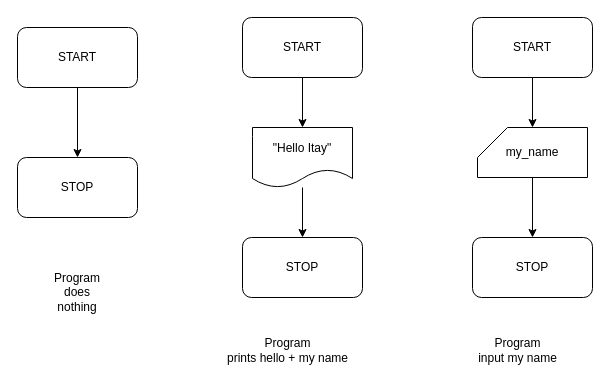
Above: diag1.drawio in fullstack270923/08.11.2023 (draw.io), before the change. Source tidied: cells renumbered, new cells numbered last; positions are measured from the earlier drawing's top-left corner, leaving out a move shared by most shapes. Both pictures are drawn from the tidied source at 100%, with x=0, y=0 at pixel (17, 17).
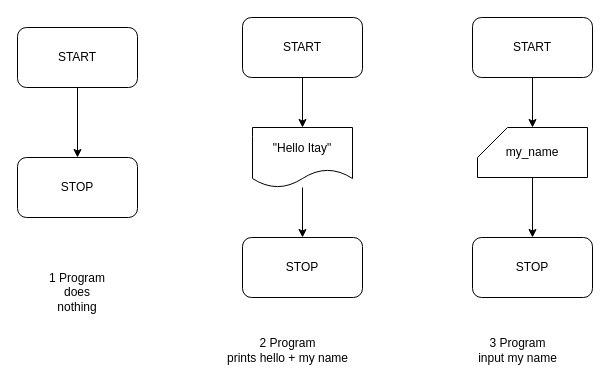
Above is the later version.

The edit, as a diff of the source:
```diff
@@
 <mxGraphModel>
   <root>
     <mxCell id="0" />
     <mxCell id="1" parent="0" />
     <mxCell id="2" style="edgeStyle=orthogonalEdgeStyle;rounded=0;jettySize=auto;html=1;" parent="1" edge="1" source="3" target="4">
       <mxGeometry relative="1" as="geometry" />
     </mxCell>
     <mxCell id="3" value="START" style="rounded=1;whiteSpace=wrap;html=1;" parent="1" vertex="1">
       <mxGeometry y="10" width="120" height="60" as="geometry" />
     </mxCell>
     <mxCell id="4" value="STOP" style="rounded=1;whiteSpace=wrap;html=1;" parent="1" vertex="1">
       <mxGeometry y="140" width="120" height="60" as="geometry" />
     </mxCell>
     <mxCell id="5" style="edgeStyle=orthogonalEdgeStyle;rounded=0;jettySize=auto;html=1;" parent="1" edge="1" source="6" target="9">
       <mxGeometry relative="1" as="geometry" />
     </mxCell>
     <mxCell id="6" value="START" style="rounded=1;whiteSpace=wrap;html=1;" parent="1" vertex="1">
       <mxGeometry x="225" width="120" height="60" as="geometry" />
     </mxCell>
     <mxCell id="7" value="STOP" style="rounded=1;whiteSpace=wrap;html=1;" parent="1" vertex="1">
       <mxGeometry x="225" y="220" width="120" height="60" as="geometry" />
     </mxCell>
     <mxCell id="8" style="edgeStyle=orthogonalEdgeStyle;rounded=0;jettySize=auto;html=1;" parent="1" edge="1" source="9" target="7">
       <mxGeometry relative="1" as="geometry" />
     </mxCell>
     <mxCell id="9" value="&quot;Hello Itay&quot;" style="shape=document;whiteSpace=wrap;html=1;boundedLbl=1;" parent="1" vertex="1">
       <mxGeometry x="235" y="110" width="100" height="60" as="geometry" />
     </mxCell>
-    <mxCell id="10" value="Program&lt;br&gt;does&lt;br&gt;nothing" style="text;html=1;strokeColor=none;fillColor=none;align=center;verticalAlign=middle;whiteSpace=wrap;rounded=0;" parent="1" vertex="1">
+    <mxCell id="10" value="1 Program&lt;br&gt;does&lt;br&gt;nothing" style="text;html=1;strokeColor=none;fillColor=none;align=center;verticalAlign=middle;whiteSpace=wrap;rounded=0;" parent="1" vertex="1">
       <mxGeometry x="30" y="260" width="60" height="30" as="geometry" />
     </mxCell>
-    <mxCell id="11" value="Program&lt;br&gt;prints hello + my name" style="text;html=1;align=center;verticalAlign=middle;strokeColor=none;fillColor=none;" parent="1" vertex="1">
+    <mxCell id="11" value="2 Program&lt;br&gt;prints hello + my name" style="text;html=1;align=center;verticalAlign=middle;strokeColor=none;fillColor=none;" parent="1" vertex="1">
       <mxGeometry x="200" y="313" width="140" height="40" as="geometry" />
     </mxCell>
     <mxCell id="12" style="edgeStyle=orthogonalEdgeStyle;rounded=0;jettySize=auto;html=1;" parent="1" edge="1" source="13" target="17">
       <mxGeometry relative="1" as="geometry" />
     </mxCell>
     <mxCell id="13" value="START" style="rounded=1;whiteSpace=wrap;html=1;" parent="1" vertex="1">
       <mxGeometry x="455" width="120" height="60" as="geometry" />
     </mxCell>
     <mxCell id="14" value="STOP" style="rounded=1;whiteSpace=wrap;html=1;" parent="1" vertex="1">
       <mxGeometry x="455" y="220" width="120" height="60" as="geometry" />
     </mxCell>
-    <mxCell id="15" value="Program&lt;br&gt;input my name" style="text;html=1;align=center;verticalAlign=middle;strokeColor=none;fillColor=none;" parent="1" vertex="1">
+    <mxCell id="15" value="3 Program&lt;br&gt;input my name" style="text;html=1;align=center;verticalAlign=middle;strokeColor=none;fillColor=none;" parent="1" vertex="1">
       <mxGeometry x="450" y="313" width="100" height="40" as="geometry" />
     </mxCell>
     <mxCell id="16" style="edgeStyle=orthogonalEdgeStyle;rounded=0;jettySize=auto;html=1;" parent="1" edge="1" source="17" target="14">
       <mxGeometry relative="1" as="geometry" />
     </mxCell>
     <mxCell id="17" value="my_name" style="shape=card;whiteSpace=wrap;html=1;" parent="1" vertex="1">
       <mxGeometry x="460" y="110" width="110" height="50" as="geometry" />
     </mxCell>
   </root>
 </mxGraphModel>
```
